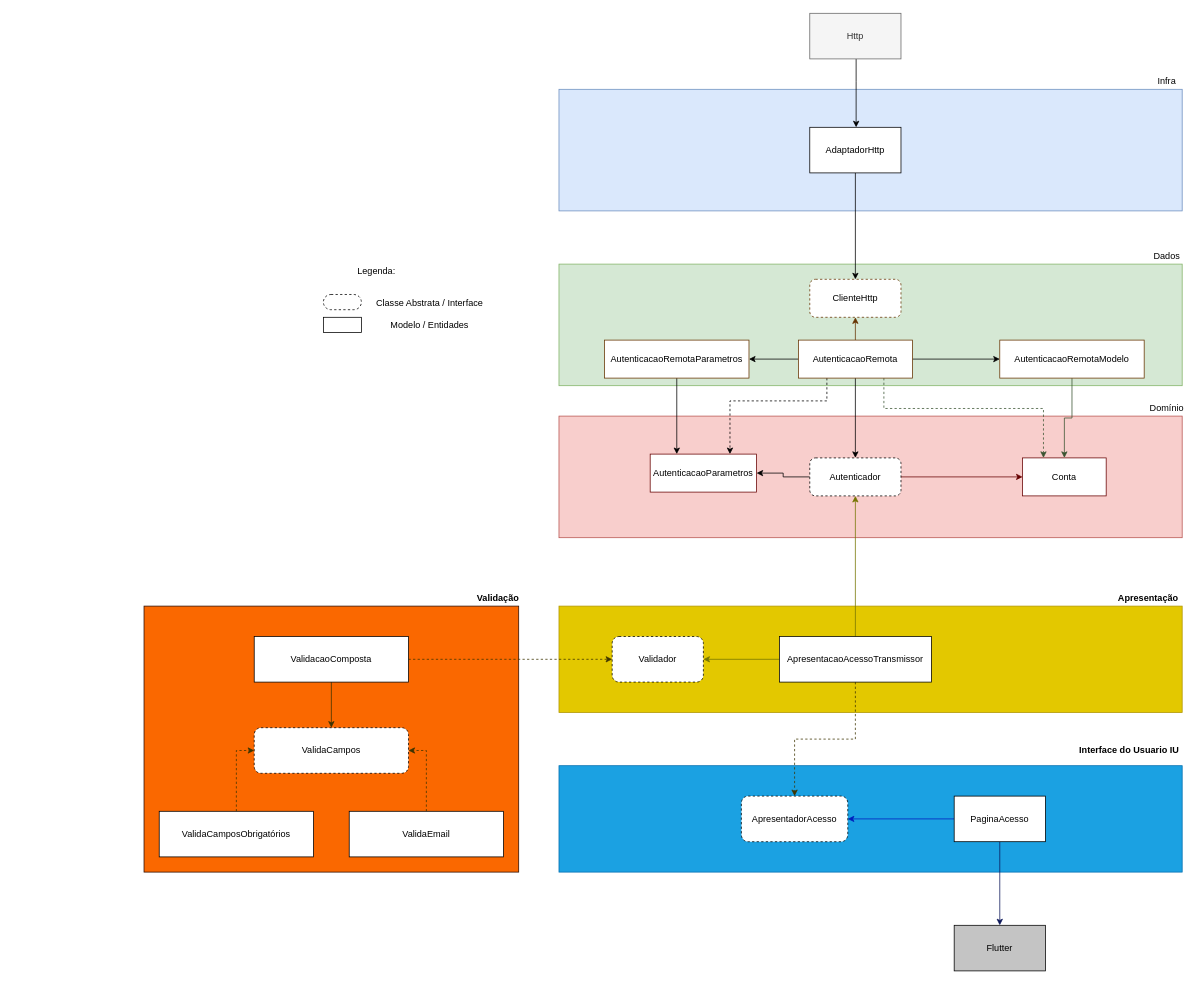
brunopenha/questionario_flutter keeps this draw.io diagram as page "Acesso" (1 of 2) of requisitos/Questionario - Flutter.drawio. Above is the earlier version. Source tidied: cells renumbered, new cells numbered last; positions are measured from the earlier drawing's top-left corner, leaving out a move shared by most shapes. Both pictures are drawn from the tidied source at 76%, with x=0, y=0 at pixel (144, 13).
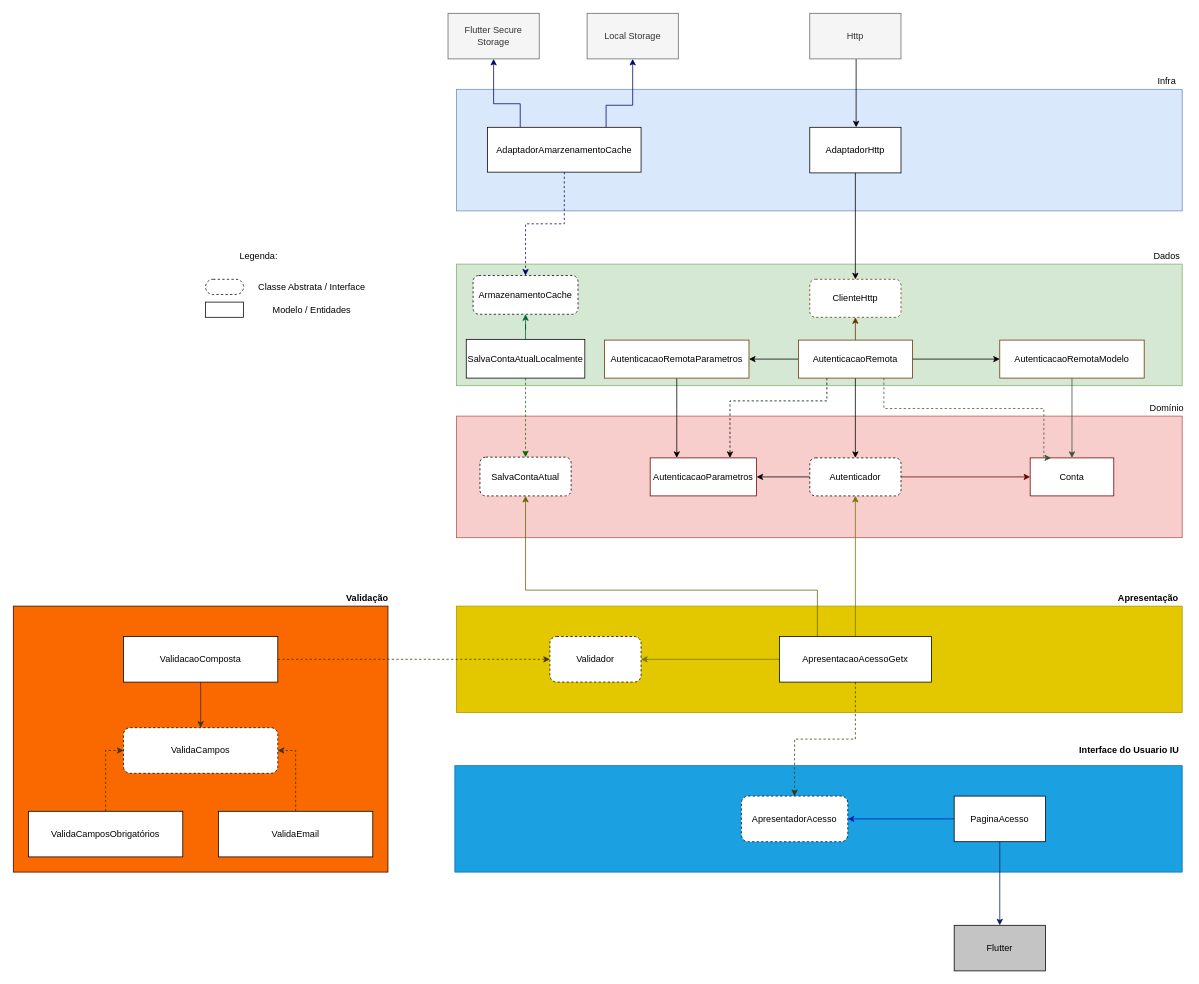
After the change.

Commit message (it also covers changes not shown here):
Incluido SalvaContaAtual

What changed in the source:
```diff
@@
     <mxCell id="2" style="whiteSpace=wrap;html=1;rounded=0;fontSize=12;fillColor=#fa6800;fontColor=#000000;perimeterSpacing=1;strokeColor=#2B0C00;labelBorderColor=#000000;" parent="1" vertex="1">
-      <mxGeometry y="780" width="493" height="350" as="geometry" />
+      <mxGeometry x="-172" y="780" width="493" height="350" as="geometry" />
     </mxCell>
     <mxCell id="3" style="rounded=0;whiteSpace=wrap;html=1;fillColor=#f8cecc;strokeColor=#b85450;labelBorderColor=none;" parent="1" vertex="1">
-      <mxGeometry x="546" y="530" width="820" height="160" as="geometry" />
+      <mxGeometry x="411" y="530" width="955" height="160" as="geometry" />
     </mxCell>
@@
     <mxCell id="8" value="Classe Abstrata / Interface" style="text;html=1;strokeColor=none;fillColor=none;align=center;verticalAlign=middle;whiteSpace=wrap;rounded=0;" parent="1" vertex="1">
-      <mxGeometry x="286" y="380" width="180" as="geometry" />
+      <mxGeometry x="131" y="360" width="180" as="geometry" />
     </mxCell>
     <mxCell id="9" value="Legenda:" style="text;html=1;strokeColor=none;fillColor=none;align=center;verticalAlign=middle;whiteSpace=wrap;rounded=0;" parent="1" vertex="1">
-      <mxGeometry x="286" y="330" width="40" height="20" as="geometry" />
+      <mxGeometry x="131" y="310" width="40" height="20" as="geometry" />
     </mxCell>
     <mxCell id="10" style="rounded=1;whiteSpace=wrap;html=1;dashed=1;arcSize=50;" parent="1" vertex="1">
-      <mxGeometry x="236" y="370" width="50" height="20" as="geometry" />
+      <mxGeometry x="81" y="350" width="50" height="20" as="geometry" />
     </mxCell>
     <mxCell id="11" value="Conta" style="rounded=0;whiteSpace=wrap;html=1;strokeColor=#660000;" parent="1" vertex="1">
-      <mxGeometry x="1156" y="585" width="110" height="50" as="geometry" />
+      <mxGeometry x="1166" y="585" width="110" height="50" as="geometry" />
     </mxCell>
     <mxCell id="12" style="rounded=0;whiteSpace=wrap;html=1;arcSize=50;" parent="1" vertex="1">
-      <mxGeometry x="236" y="400" width="50" height="20" as="geometry" />
+      <mxGeometry x="81" y="380" width="50" height="20" as="geometry" />
     </mxCell>
     <mxCell id="13" value="Modelo / Entidades" style="text;html=1;strokeColor=none;fillColor=none;align=center;verticalAlign=middle;whiteSpace=wrap;rounded=0;" parent="1" vertex="1">
-      <mxGeometry x="286" y="410" width="180" as="geometry" />
+      <mxGeometry x="131" y="390" width="180" as="geometry" />
     </mxCell>
     <mxCell id="14" style="rounded=0;whiteSpace=wrap;html=1;fillColor=#d5e8d4;strokeColor=#82b366;" parent="1" vertex="1">
-      <mxGeometry x="546" y="330" width="820" height="160" as="geometry" />
+      <mxGeometry x="411" y="330" width="955" height="160" as="geometry" />
     </mxCell>
@@
     <mxCell id="29" value="AutenticacaoParametros" style="rounded=0;whiteSpace=wrap;html=1;strokeColor=#660000;" parent="1" vertex="1">
-      <mxGeometry x="666" y="580" width="140" height="50" as="geometry" />
+      <mxGeometry x="666" y="585" width="140" height="50" as="geometry" />
     </mxCell>
     <mxCell id="30" style="rounded=0;whiteSpace=wrap;html=1;fillColor=#dae8fc;strokeColor=#6c8ebf;" parent="1" vertex="1">
-      <mxGeometry x="546" y="100" width="820" height="160" as="geometry" />
+      <mxGeometry x="411" y="100" width="955" height="160" as="geometry" />
     </mxCell>
@@
     <mxCell id="36" style="rounded=0;whiteSpace=wrap;html=1;fillColor=#e3c800;strokeColor=#B09500;fontColor=#000000;labelBorderColor=#000000;" parent="1" vertex="1">
-      <mxGeometry x="546" y="780" width="820" height="140" as="geometry" />
+      <mxGeometry x="411" y="780" width="955" height="140" as="geometry" />
     </mxCell>
     <mxCell id="37" style="rounded=0;whiteSpace=wrap;html=1;fillColor=#1ba1e2;strokeColor=#006EAF;fontColor=#ffffff;labelBorderColor=#000A14;" parent="1" vertex="1">
-      <mxGeometry x="546" y="990" width="820" height="140" as="geometry" />
+      <mxGeometry x="409" y="990" width="957" height="140" as="geometry" />
     </mxCell>
@@
+    <mxCell id="59" style="edgeStyle=orthogonalEdgeStyle;rounded=0;jettySize=auto;html=1;entryX=0.5;entryY=1;entryDx=0;entryDy=0;strokeColor=#666600;" parent="1" edge="1" source="41" target="60">
+      <mxGeometry relative="1" as="geometry">
+        <Array as="points">
+          <mxPoint x="886" y="759" />
+          <mxPoint x="502" y="759" />
+        </Array>
+      </mxGeometry>
+    </mxCell>
-    <mxCell id="41" value="ApresentacaoAcessoTransmissor" style="rounded=0;whiteSpace=wrap;html=1;" parent="1" vertex="1">
+    <mxCell id="41" value="ApresentacaoAcessoGetx" style="rounded=0;whiteSpace=wrap;html=1;" parent="1" vertex="1">
       <mxGeometry x="836" y="820" width="200" height="60" as="geometry" />
     </mxCell>
@@
     <mxCell id="43" value="Validador" style="rounded=1;whiteSpace=wrap;html=1;dashed=1;" parent="1" vertex="1">
-      <mxGeometry x="616" y="820" width="120" height="60" as="geometry" />
+      <mxGeometry x="534" y="820" width="120" height="60" as="geometry" />
     </mxCell>
@@
     <mxCell id="46" value="ValidaCamposObrigatórios" style="rounded=0;whiteSpace=wrap;html=1;fillColor=#FFFFFF;" parent="1" vertex="1">
-      <mxGeometry x="20" y="1050" width="203" height="60" as="geometry" />
+      <mxGeometry x="-152" y="1050" width="203" height="60" as="geometry" />
     </mxCell>
@@
     <mxCell id="48" value="ValidaEmail" style="rounded=0;whiteSpace=wrap;html=1;fillColor=#FFFFFF;" parent="1" vertex="1">
-      <mxGeometry x="270" y="1050" width="203" height="60" as="geometry" />
+      <mxGeometry x="98" y="1050" width="203" height="60" as="geometry" />
     </mxCell>
@@
     <mxCell id="51" value="ValidacaoComposta" style="rounded=0;whiteSpace=wrap;html=1;fillColor=#FFFFFF;" parent="1" vertex="1">
-      <mxGeometry x="145" y="820" width="203" height="60" as="geometry" />
+      <mxGeometry x="-27" y="820" width="203" height="60" as="geometry" />
     </mxCell>
@@
     <mxCell id="56" value="Validação" style="text;html=1;strokeColor=none;fillColor=none;align=center;verticalAlign=middle;whiteSpace=wrap;rounded=0;fontStyle=1;" parent="1" vertex="1">
-      <mxGeometry x="446" y="760" width="40" height="20" as="geometry" />
+      <mxGeometry x="274" y="760" width="40" height="20" as="geometry" />
     </mxCell>
@@
     <mxCell id="58" value="ValidaCampos" style="rounded=1;whiteSpace=wrap;html=1;fillColor=#FFFFFF;dashed=1;" parent="1" vertex="1">
-      <mxGeometry x="145" y="940" width="203" height="60" as="geometry" />
+      <mxGeometry x="-27" y="940" width="203" height="60" as="geometry" />
     </mxCell>
+    <mxCell id="60" value="SalvaContaAtual" style="whiteSpace=wrap;html=1;rounded=1;dashed=1;" parent="1" vertex="1">
+      <mxGeometry x="442" y="584" width="120" height="51" as="geometry" />
+    </mxCell>
+    <mxCell id="61" style="edgeStyle=orthogonalEdgeStyle;rounded=0;jettySize=auto;html=1;dashed=1;strokeColor=#006600;" parent="1" edge="1" source="63" target="60">
+      <mxGeometry relative="1" as="geometry" />
+    </mxCell>
+    <mxCell id="62" style="edgeStyle=orthogonalEdgeStyle;rounded=0;jettySize=auto;html=1;strokeColor=#006633;" parent="1" edge="1" source="63" target="64">
+      <mxGeometry relative="1" as="geometry" />
+    </mxCell>
+    <mxCell id="63" value="SalvaContaAtualLocalmente" style="whiteSpace=wrap;html=1;rounded=0;" parent="1" vertex="1">
+      <mxGeometry x="424" y="429" width="156" height="51" as="geometry" />
+    </mxCell>
+    <mxCell id="64" value="ArmazenamentoCache" style="whiteSpace=wrap;html=1;rounded=1;dashed=1;" parent="1" vertex="1">
+      <mxGeometry x="433" y="345" width="138" height="51" as="geometry" />
+    </mxCell>
+    <mxCell id="65" style="edgeStyle=orthogonalEdgeStyle;rounded=0;jettySize=auto;html=1;entryX=0.5;entryY=0;entryDx=0;entryDy=0;strokeColor=#000066;dashed=1;" parent="1" edge="1" source="68" target="64">
+      <mxGeometry relative="1" as="geometry" />
+    </mxCell>
+    <mxCell id="66" style="edgeStyle=orthogonalEdgeStyle;rounded=0;jettySize=auto;html=1;entryX=0.5;entryY=1;entryDx=0;entryDy=0;strokeColor=#000066;" parent="1" edge="1" source="68" target="69">
+      <mxGeometry relative="1" as="geometry">
+        <Array as="points">
+          <mxPoint x="608" y="121" />
+          <mxPoint x="643" y="121" />
+        </Array>
+      </mxGeometry>
+    </mxCell>
+    <mxCell id="67" style="edgeStyle=orthogonalEdgeStyle;rounded=0;jettySize=auto;html=1;strokeColor=#000066;" parent="1" edge="1" source="68" target="70">
+      <mxGeometry relative="1" as="geometry">
+        <Array as="points">
+          <mxPoint x="495" y="119" />
+          <mxPoint x="460" y="119" />
+        </Array>
+      </mxGeometry>
+    </mxCell>
+    <mxCell id="68" value="AdaptadorAmarzenamentoCache" style="whiteSpace=wrap;html=1;rounded=0;" parent="1" vertex="1">
+      <mxGeometry x="452" y="150" width="202" height="59" as="geometry" />
+    </mxCell>
+    <mxCell id="69" value="Local Storage" style="whiteSpace=wrap;html=1;fillColor=#f5f5f5;strokeColor=#666666;fontColor=#333333;" parent="1" vertex="1">
+      <mxGeometry x="583" width="120" height="60" as="geometry" />
+    </mxCell>
+    <mxCell id="70" value="Flutter Secure Storage" style="whiteSpace=wrap;html=1;fillColor=#f5f5f5;strokeColor=#666666;fontColor=#333333;" parent="1" vertex="1">
+      <mxGeometry x="400" width="120" height="60" as="geometry" />
+    </mxCell>
```
